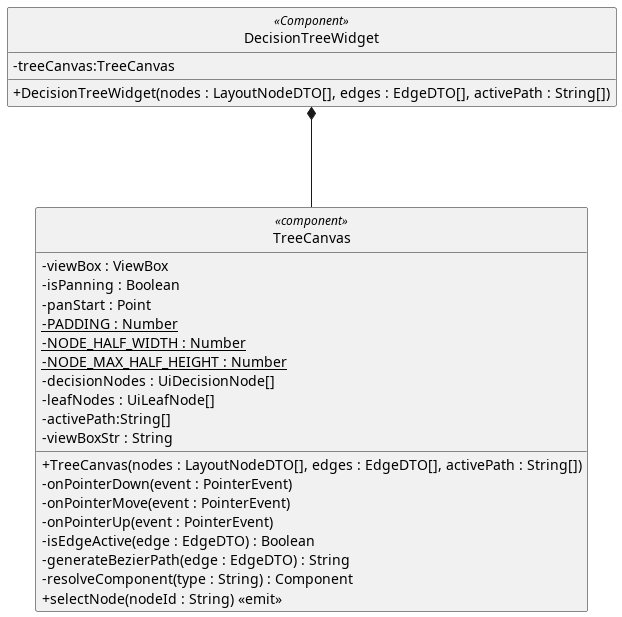
This is src/PB/DocumentazioneEsterna/Specifica_Tecnica/content/05-diagrammi-classi/uml/png/frontend/DecisionTreeWidget.png from GroupRubberDuck/Documentazione, a PlantUML export, as it was before one commit. Source of this version:
```plantuml
@startuml
skinparam linetype ortho
skinparam nodesep 80
skinparam ranksep 100
skinparam classAttributeIconSize 0
skinparam packageStyle rectangle
skinparam style strictuml


class DecisionTreeWidget <<Component>> {
        - treeCanvas:TreeCanvas
        + DecisionTreeWidget(nodes : LayoutNodeDTO[], edges : EdgeDTO[], activePath : String[])
}
!include TreeCanvas.puml

DecisionTreeWidget *-- TreeCanvas

@enduml
```
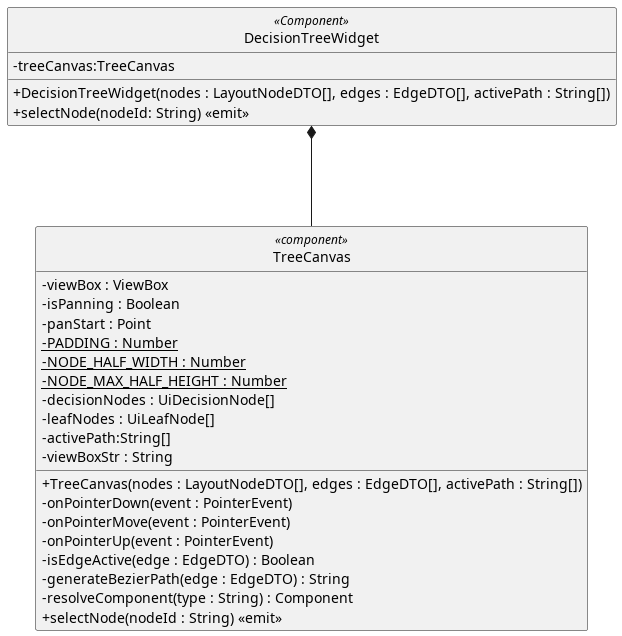
After the change.

Change to the diagram source:
```diff
@@ -10,6 +10,7 @@
 class DecisionTreeWidget <<Component>> {
         - treeCanvas:TreeCanvas
         + DecisionTreeWidget(nodes : LayoutNodeDTO[], edges : EdgeDTO[], activePath : String[])
+        + selectNode(nodeId: String) <<emit>>
 }
 !include TreeCanvas.puml
 
```
